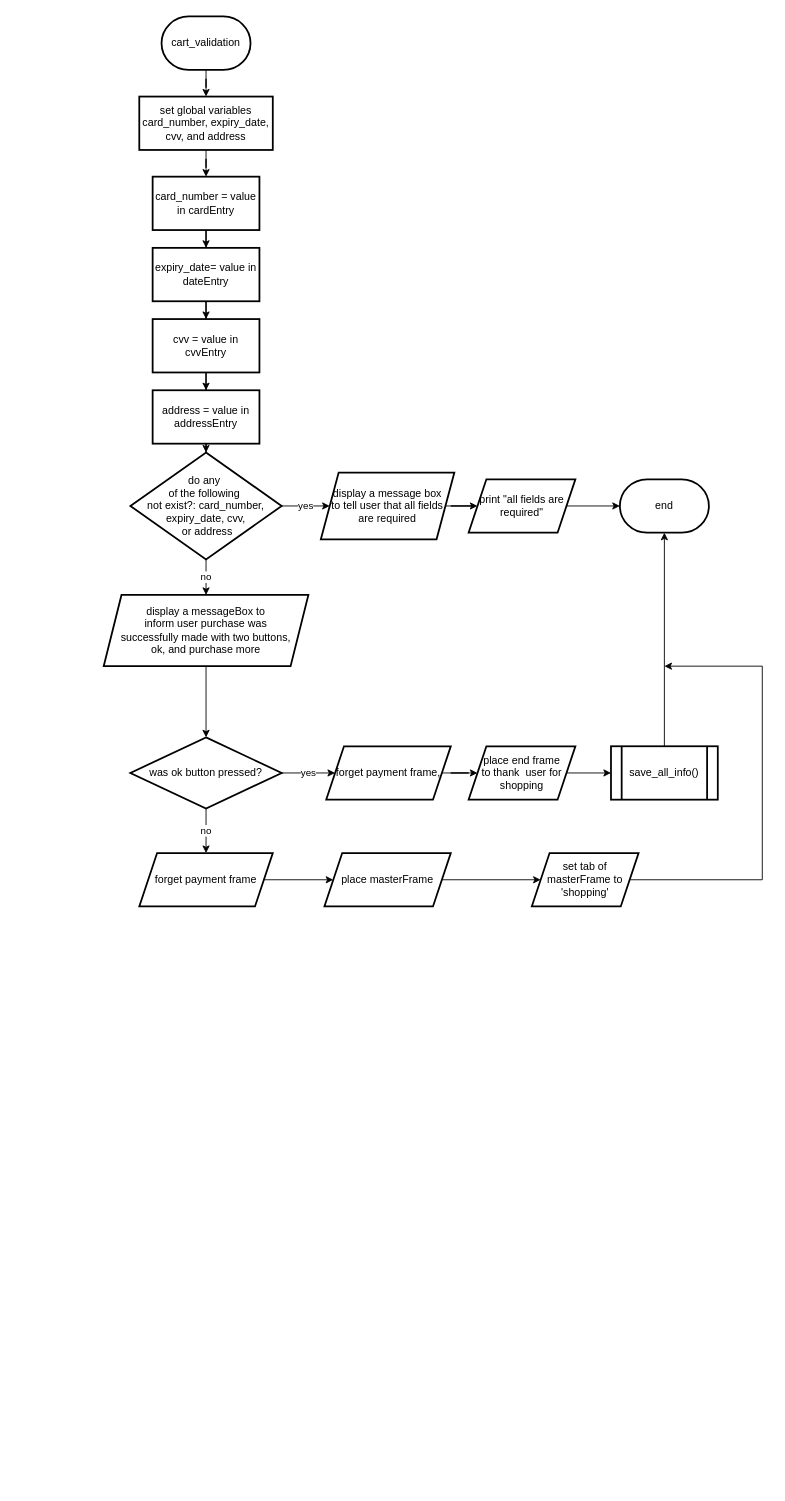
Earlier version of the draw.io diagram card_validation.drawio (thisisnich/projectFlowCharts). Source tidied: cells renumbered, new cells numbered last; positions are measured from the earlier drawing's top-left corner, leaving out a move shared by most shapes. Both pictures are drawn from the tidied source at 89%, with x=0, y=0 at pixel (103, 16).
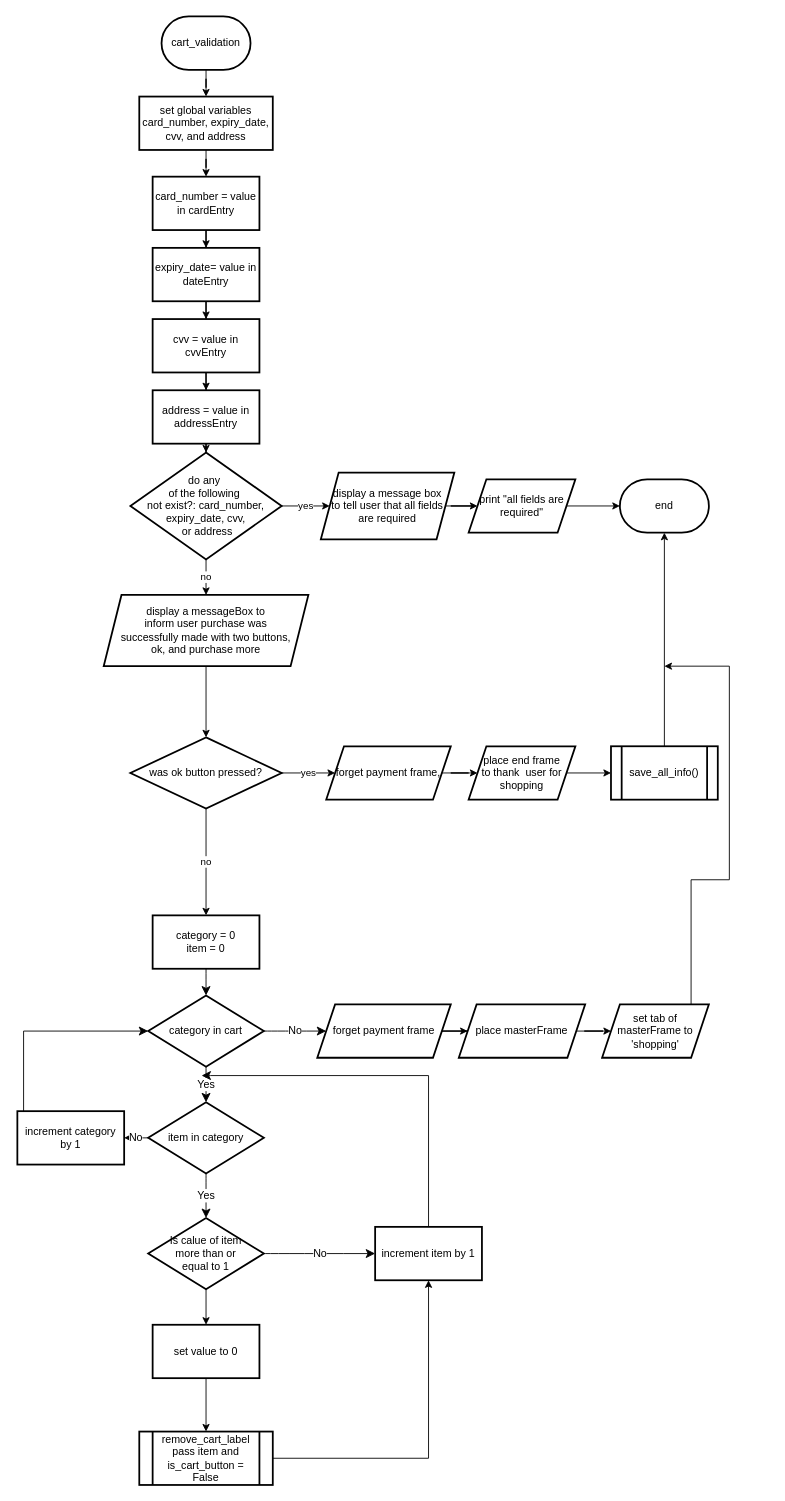
The same page after the edit.

The change refers to these unchanged cells:
```xml
<mxCell id="26" value="was ok button pressed?" style="rhombus;whiteSpace=wrap;html=1;strokeWidth=2;" parent="1" vertex="1">
  <mxGeometry x="30" y="810" width="170" height="80" as="geometry" />
</mxCell>
```

What changed in the source:
```diff
@@
-    <mxCell id="25" value="no" style="edgeStyle=orthogonalEdgeStyle;rounded=0;jettySize=auto;html=1;" parent="1" edge="1" source="26" target="34">
-      <mxGeometry relative="1" as="geometry">
-        <Array as="points">
-          <mxPoint x="115" y="910" />
-          <mxPoint x="115" y="910" />
-        </Array>
-      </mxGeometry>
+    <mxCell id="25" value="no" style="edgeStyle=orthogonalEdgeStyle;rounded=0;jettySize=auto;html=1;entryX=0.5;entryY=0;entryDx=0;entryDy=0;" parent="1" edge="1" source="26" target="53">
+      <mxGeometry relative="1" as="geometry" />
     </mxCell>
@@
     <mxCell id="34" value="forget payment frame" style="shape=parallelogram;perimeter=parallelogramPerimeter;whiteSpace=wrap;html=1;fixedSize=1;strokeWidth=2;" parent="1" vertex="1">
-      <mxGeometry x="40" y="940" width="150" height="60" as="geometry" />
+      <mxGeometry x="240" y="1110" width="150" height="60" as="geometry" />
     </mxCell>
@@
     <mxCell id="36" value="place masterFrame" style="shape=parallelogram;perimeter=parallelogramPerimeter;whiteSpace=wrap;html=1;fixedSize=1;strokeWidth=2;" parent="1" vertex="1">
-      <mxGeometry x="248" y="940" width="142" height="60" as="geometry" />
+      <mxGeometry x="399" y="1110" width="142" height="60" as="geometry" />
     </mxCell>
     <mxCell id="37" style="edgeStyle=orthogonalEdgeStyle;rounded=0;jettySize=auto;html=1;" parent="1" edge="1" source="38">
       <mxGeometry relative="1" as="geometry">
         <mxPoint x="630" y="730" as="targetPoint" />
         <Array as="points">
-          <mxPoint x="740" y="970" />
-          <mxPoint x="740" y="730" />
+          <mxPoint x="660" y="970" />
+          <mxPoint x="703" y="970" />
+          <mxPoint x="703" y="730" />
         </Array>
       </mxGeometry>
     </mxCell>
     <mxCell id="38" value="set tab of masterFrame to 'shopping'" style="shape=parallelogram;perimeter=parallelogramPerimeter;whiteSpace=wrap;html=1;fixedSize=1;strokeWidth=2;" parent="1" vertex="1">
-      <mxGeometry x="481" y="940" width="120" height="60" as="geometry" />
+      <mxGeometry x="560" y="1110" width="120" height="60" as="geometry" />
     </mxCell>
+    <mxCell id="39" value="Yes" style="edgeStyle=none;curved=1;rounded=0;jettySize=auto;html=1;fontSize=12;startSize=8;endSize=8;" parent="1" edge="1" source="41" target="44">
+      <mxGeometry relative="1" as="geometry" />
+    </mxCell>
+    <mxCell id="40" value="No" style="edgeStyle=none;curved=1;rounded=0;jettySize=auto;html=1;fontSize=12;startSize=8;endSize=8;" parent="1" edge="1" source="41" target="34">
+      <mxGeometry relative="1" as="geometry" />
+    </mxCell>
+    <mxCell id="41" value="category in cart" style="rhombus;whiteSpace=wrap;html=1;strokeWidth=2;" parent="1" vertex="1">
+      <mxGeometry x="50" y="1100" width="130" height="80" as="geometry" />
+    </mxCell>
+    <mxCell id="42" value="Yes" style="edgeStyle=none;curved=1;rounded=0;jettySize=auto;html=1;fontSize=12;startSize=8;endSize=8;" parent="1" edge="1" source="44" target="47">
+      <mxGeometry relative="1" as="geometry" />
+    </mxCell>
+    <mxCell id="43" value="No" style="edgeStyle=none;curved=1;rounded=0;jettySize=auto;html=1;fontSize=12;startSize=8;endSize=8;" parent="1" edge="1" source="44" target="51">
+      <mxGeometry relative="1" as="geometry" />
+    </mxCell>
+    <mxCell id="44" value="item in category" style="rhombus;whiteSpace=wrap;html=1;strokeWidth=2;" parent="1" vertex="1">
+      <mxGeometry x="50" y="1220" width="130" height="80" as="geometry" />
+    </mxCell>
+    <mxCell id="45" value="&lt;div&gt;No&lt;/div&gt;" style="edgeStyle=none;curved=1;rounded=0;jettySize=auto;html=1;fontSize=12;startSize=8;endSize=8;" parent="1" edge="1" source="47" target="49">
+      <mxGeometry relative="1" as="geometry" />
+    </mxCell>
+    <mxCell id="46" style="edgeStyle=orthogonalEdgeStyle;rounded=0;jettySize=auto;html=1;" parent="1" edge="1" source="47" target="55">
+      <mxGeometry relative="1" as="geometry" />
+    </mxCell>
+    <mxCell id="47" value="&lt;div&gt;Is calue of item &lt;br&gt;&lt;/div&gt;&lt;div&gt;more than or&lt;/div&gt;&lt;div&gt;equal to 1&lt;br&gt;&lt;/div&gt;" style="rhombus;whiteSpace=wrap;html=1;strokeWidth=2;" parent="1" vertex="1">
+      <mxGeometry x="50" y="1350" width="130" height="80" as="geometry" />
+    </mxCell>
+    <mxCell id="48" style="edgeStyle=orthogonalEdgeStyle;rounded=0;jettySize=auto;html=1;fontSize=12;startSize=8;endSize=8;" parent="1" edge="1" source="49">
+      <mxGeometry relative="1" as="geometry">
+        <mxPoint x="110" y="1190" as="targetPoint" />
+        <Array as="points">
+          <mxPoint x="365" y="1190" />
+          <mxPoint x="120" y="1190" />
+        </Array>
+      </mxGeometry>
+    </mxCell>
+    <mxCell id="49" value="increment item by 1" style="whiteSpace=wrap;html=1;strokeWidth=2;" parent="1" vertex="1">
+      <mxGeometry x="305" y="1360" width="120" height="60" as="geometry" />
+    </mxCell>
+    <mxCell id="50" style="edgeStyle=orthogonalEdgeStyle;rounded=0;jettySize=auto;html=1;entryX=0;entryY=0.5;entryDx=0;entryDy=0;fontSize=12;startSize=8;endSize=8;" parent="1" edge="1" source="51" target="41">
+      <mxGeometry relative="1" as="geometry">
+        <Array as="points">
+          <mxPoint x="-90" y="1140" />
+        </Array>
+      </mxGeometry>
+    </mxCell>
+    <mxCell id="51" value="&lt;div&gt;increment category &lt;br&gt;&lt;/div&gt;&lt;div&gt;by 1&lt;br&gt;&lt;/div&gt;" style="whiteSpace=wrap;html=1;strokeWidth=2;" parent="1" vertex="1">
+      <mxGeometry x="-97" y="1230" width="120" height="60" as="geometry" />
+    </mxCell>
+    <mxCell id="52" style="edgeStyle=none;curved=1;rounded=0;jettySize=auto;html=1;exitX=0.5;exitY=1;exitDx=0;exitDy=0;entryX=0.5;entryY=0;entryDx=0;entryDy=0;fontSize=12;startSize=8;endSize=8;" parent="1" edge="1" source="53" target="41">
+      <mxGeometry relative="1" as="geometry" />
+    </mxCell>
+    <mxCell id="53" value="&lt;div&gt;category = 0&lt;/div&gt;&lt;div&gt;item = 0&lt;br&gt;&lt;/div&gt;" style="whiteSpace=wrap;html=1;strokeWidth=2;" parent="1" vertex="1">
+      <mxGeometry x="55" y="1010" width="120" height="60" as="geometry" />
+    </mxCell>
+    <mxCell id="54" style="edgeStyle=orthogonalEdgeStyle;rounded=0;jettySize=auto;html=1;" parent="1" edge="1" source="55" target="57">
+      <mxGeometry relative="1" as="geometry" />
+    </mxCell>
+    <mxCell id="55" value="set value to 0" style="whiteSpace=wrap;html=1;strokeWidth=2;" parent="1" vertex="1">
+      <mxGeometry x="55" y="1470" width="120" height="60" as="geometry" />
+    </mxCell>
+    <mxCell id="56" style="edgeStyle=orthogonalEdgeStyle;rounded=0;jettySize=auto;html=1;entryX=0.5;entryY=1;entryDx=0;entryDy=0;" parent="1" edge="1" source="57" target="49">
+      <mxGeometry relative="1" as="geometry" />
+    </mxCell>
+    <mxCell id="57" value="remove_cart_label pass item and is_cart_button = False" style="shape=process;whiteSpace=wrap;html=1;backgroundOutline=1;strokeWidth=2;" parent="1" vertex="1">
+      <mxGeometry x="40" y="1590" width="150" height="60" as="geometry" />
+    </mxCell>
```
